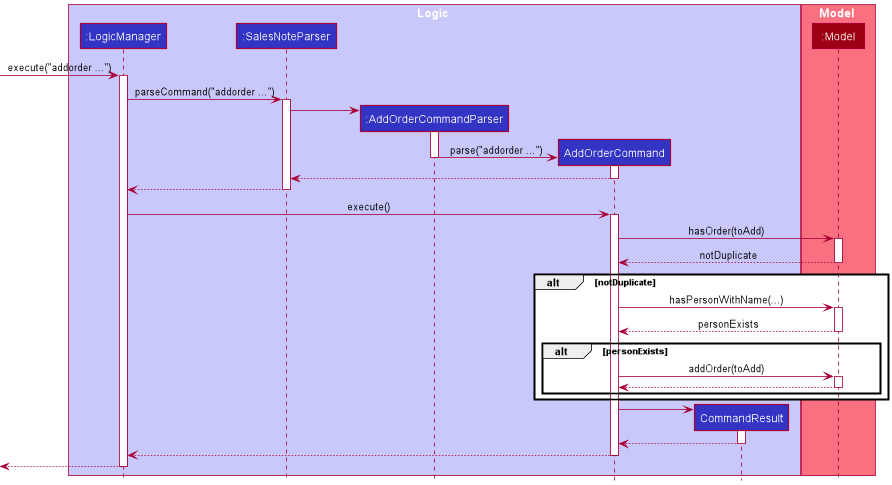
Earlier version of the PlantUML export docs/images/AddOrderSequenceDiagram.png (nus-cs2103-AY2122S1/tp).
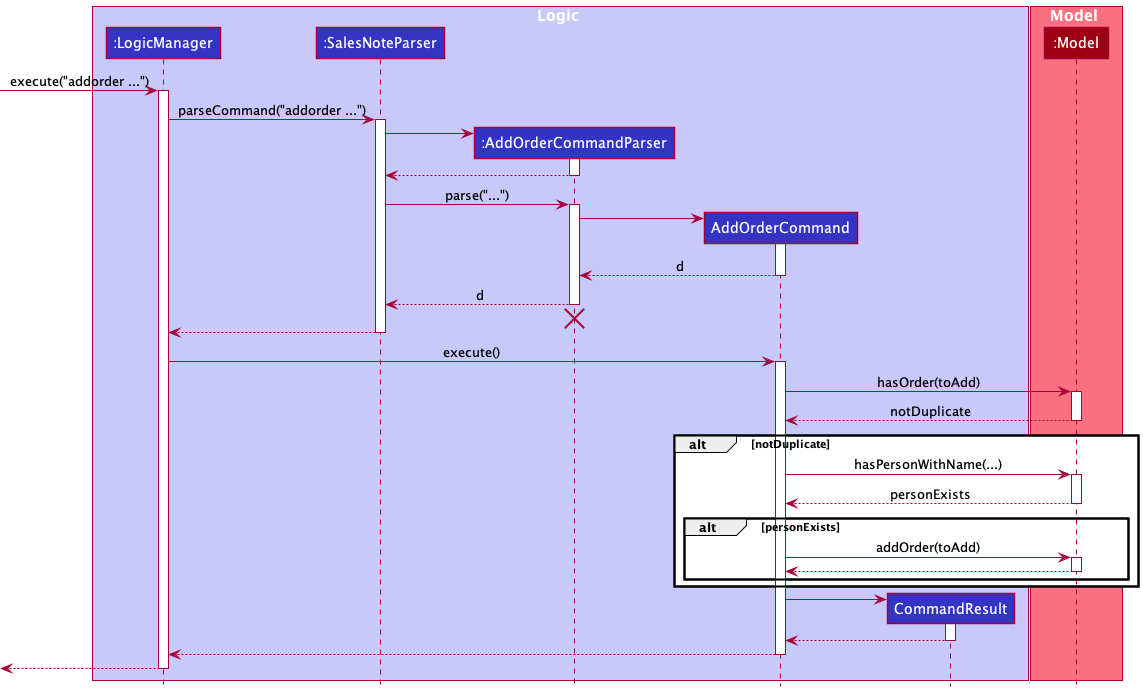
After the change.

Diff of the diagram source:
```diff
@@ -18,20 +18,29 @@
 
 LogicManager -> SalesNoteParser : parseCommand("addorder ...")
 activate SalesNoteParser
+
 create AddOrderCommandParser
 SalesNoteParser -> AddOrderCommandParser
 activate AddOrderCommandParser
 
+AddOrderCommandParser --> SalesNoteParser
+deactivate AddOrderCommandParser
+
+SalesNoteParser -> AddOrderCommandParser : parse("...")
+activate AddOrderCommandParser
 
 create AddOrderCommand
-AddOrderCommandParser -> AddOrderCommand : parse("addorder ...")
+AddOrderCommandParser -> AddOrderCommand
+activate AddOrderCommand
+
+AddOrderCommand --> AddOrderCommandParser : d
+deactivate AddOrderCommand
+
+AddOrderCommandParser --> SalesNoteParser : d
 deactivate AddOrderCommandParser
 
-activate AddOrderCommand
-
-
-AddOrderCommand --> SalesNoteParser
-deactivate AddOrderCommand
+AddOrderCommandParser -[hidden]-> SalesNoteParser
+destroy AddOrderCommandParser
 
 SalesNoteParser --> LogicManager
 deactivate SalesNoteParser
```
